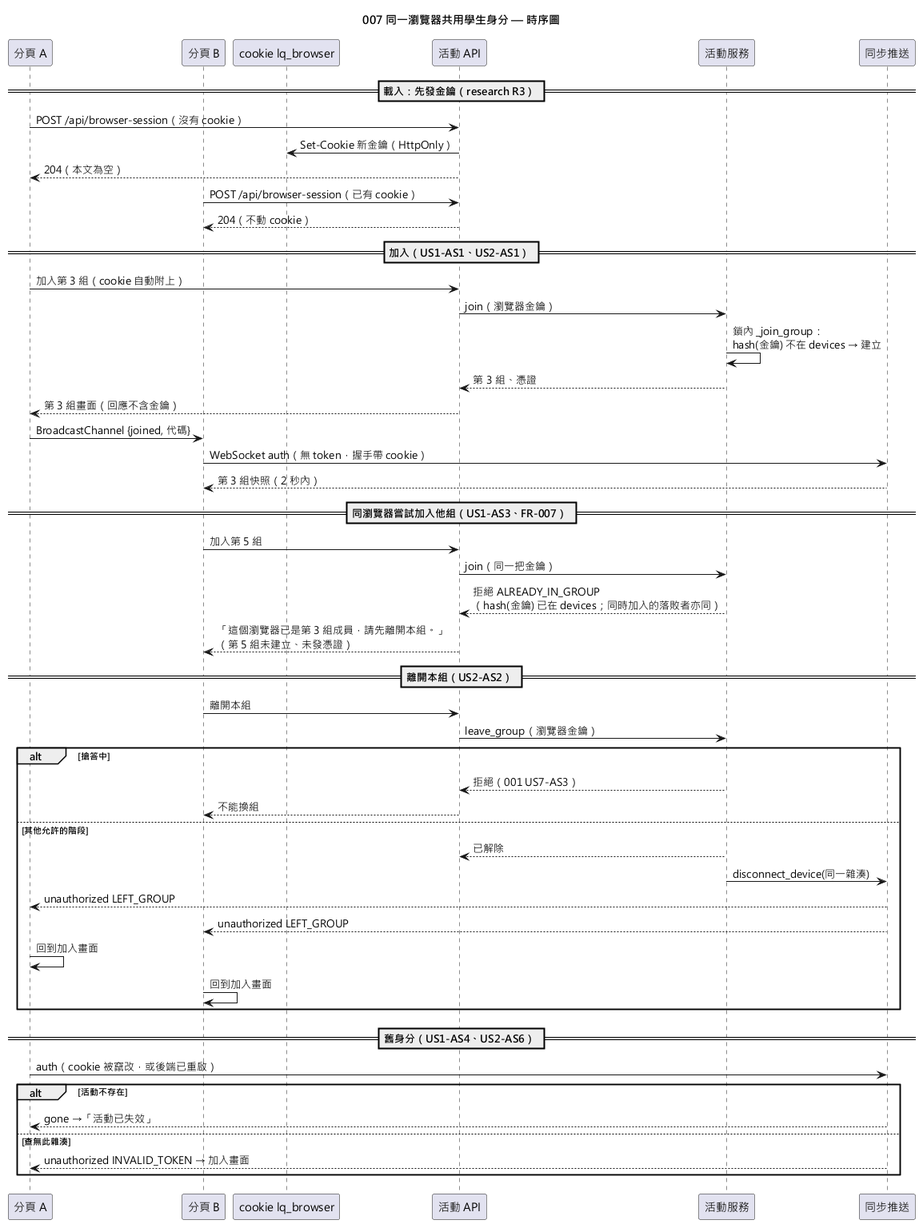
EricC430/lecture-answer-first_group16_speckit keeps this PlantUML diagram as diagrams/007-browser-identity-sync-sequence.png. Above is the earlier version.
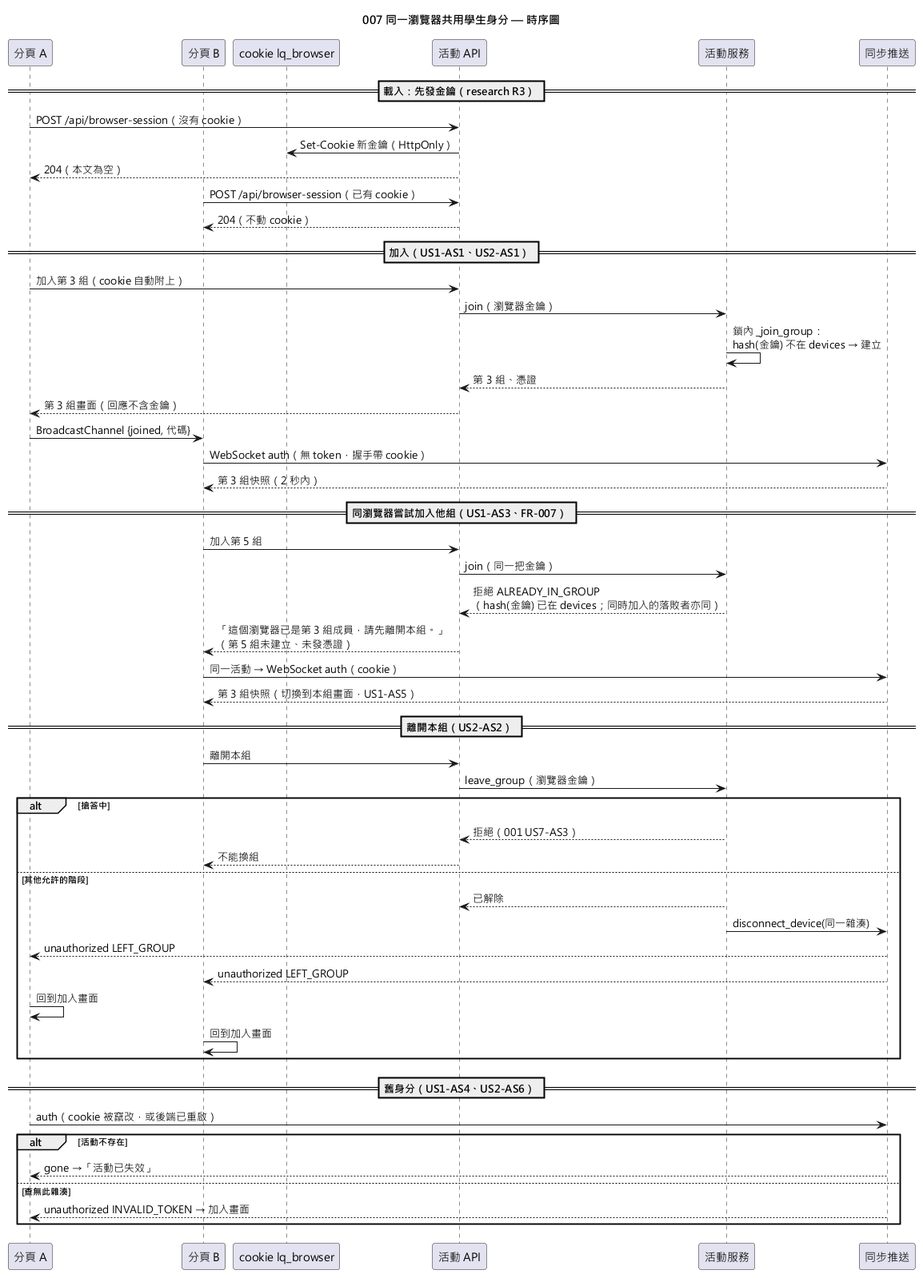
Above is the later version.

Commit message:
docs: 依 /speckit-analyze 修正 007 的 spec、plan、tasks 與圖表

What changed in the source:
```diff
@@ -32,6 +32,8 @@
 Api -> Svc : join（同一把金鑰）
 Svc --> Api : 拒絕 ALREADY_IN_GROUP\n（hash(金鑰) 已在 devices；同時加入的落敗者亦同）
 Api --> B : 「這個瀏覽器已是第 3 組成員，請先離開本組。」\n（第 5 組未建立、未發憑證）
+B -> Sync : 同一活動 → WebSocket auth（cookie）
+Sync --> B : 第 3 組快照（切換到本組畫面，US1-AS5）
 
 == 離開本組（US2-AS2） ==
 B -> Api : 離開本組
```
